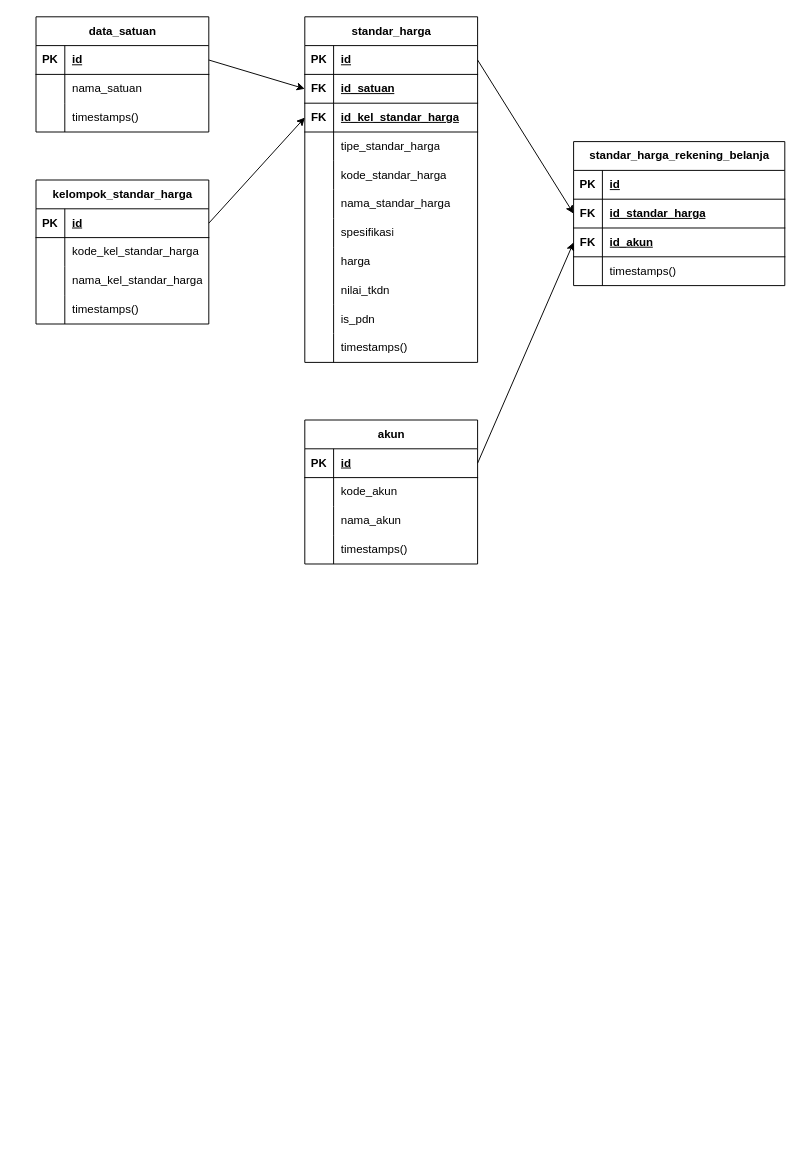
This is ERD.drawio from pars1vale/meco-spkad, a draw.io file, before an edit. Source tidied: cells renumbered, new cells numbered last; positions are measured from the earlier drawing's top-left corner, leaving out a move shared by most shapes. Both pictures are drawn from the tidied source at 96%, with x=0, y=0 at pixel (36, 16).
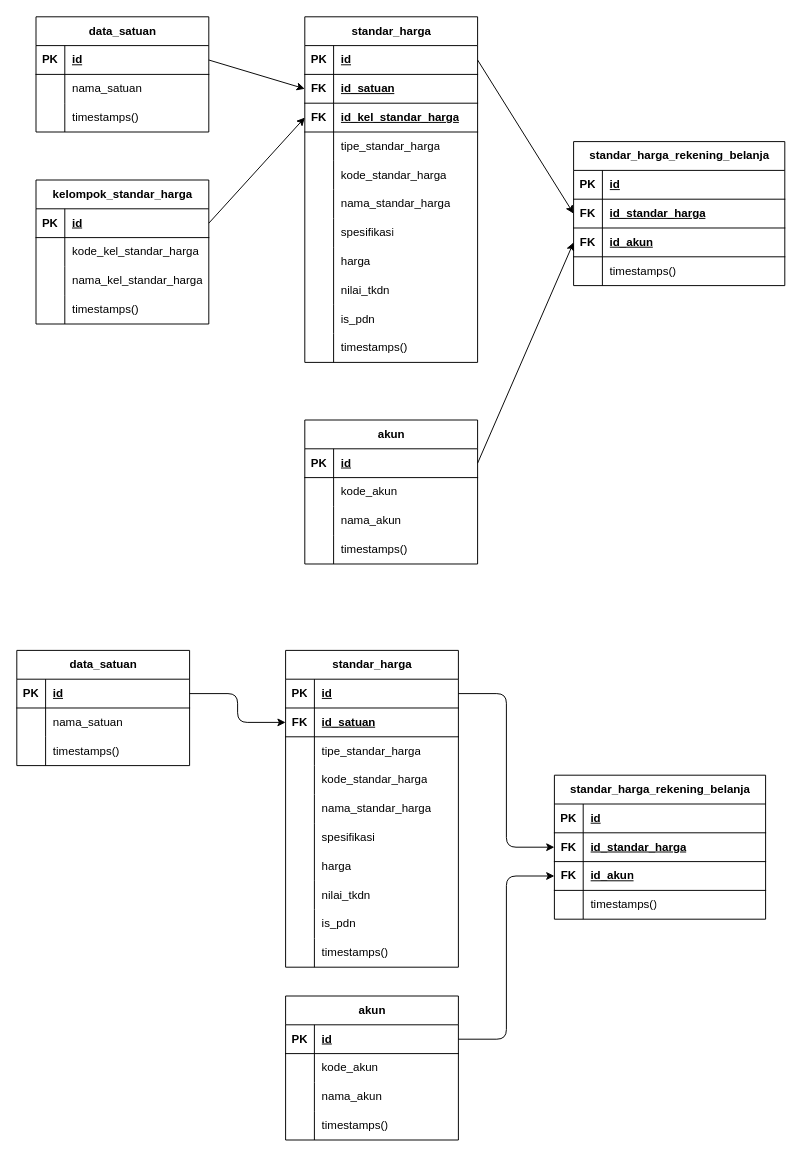
Above is the later version.

Change to the diagram source:
```diff
@@
+    <mxCell id="89" value="data_satuan" style="shape=table;startSize=30;childLayout=tableLayout;rowLines=0;fontStyle=1;align=center;html=1;" parent="1" vertex="1">
+      <mxGeometry x="-20" y="660" width="180" height="120" as="geometry" />
+    </mxCell>
+    <mxCell id="90" style="shape=tableRow;horizontal=0;startSize=0;swimlaneHead=0;swimlaneBody=0;fillColor=none;points=[[0,0.5],[1,0.5]];portConstraint=eastwest;top=0;left=0;right=0;bottom=1;" parent="89" vertex="1">
+      <mxGeometry y="30" width="180" height="30" as="geometry" />
+    </mxCell>
+    <mxCell id="91" value="PK" style="shape=partialRectangle;fillColor=none;top=0;left=0;bottom=0;right=0;fontStyle=1;overflow=hidden;whiteSpace=wrap;html=1;" parent="90" vertex="1">
+      <mxGeometry width="30" height="30" as="geometry" />
+    </mxCell>
+    <mxCell id="92" value="id" style="shape=partialRectangle;fillColor=none;top=0;left=0;bottom=0;right=0;align=left;spacingLeft=6;fontStyle=5;overflow=hidden;whiteSpace=wrap;html=1;" parent="90" vertex="1">
+      <mxGeometry x="30" width="150" height="30" as="geometry" />
+    </mxCell>
+    <mxCell id="93" style="shape=tableRow;horizontal=0;startSize=0;swimlaneHead=0;swimlaneBody=0;fillColor=none;top=0;left=0;right=0;bottom=0;" parent="89" vertex="1">
+      <mxGeometry y="60" width="180" height="30" as="geometry" />
+    </mxCell>
+    <mxCell id="94" style="shape=partialRectangle;fillColor=none;top=0;left=0;bottom=0;right=0;overflow=hidden;whiteSpace=wrap;html=1;" parent="93" vertex="1">
+      <mxGeometry width="30" height="30" as="geometry" />
+    </mxCell>
+    <mxCell id="95" value="nama_satuan" style="shape=partialRectangle;fillColor=none;top=0;left=0;bottom=0;right=0;align=left;spacingLeft=6;overflow=hidden;whiteSpace=wrap;html=1;" parent="93" vertex="1">
+      <mxGeometry x="30" width="150" height="30" as="geometry" />
+    </mxCell>
+    <mxCell id="96" style="shape=tableRow;horizontal=0;startSize=0;swimlaneHead=0;swimlaneBody=0;fillColor=none;top=0;left=0;right=0;bottom=0;" parent="89" vertex="1">
+      <mxGeometry y="90" width="180" height="30" as="geometry" />
+    </mxCell>
+    <mxCell id="97" style="shape=partialRectangle;fillColor=none;top=0;left=0;bottom=0;right=0;overflow=hidden;whiteSpace=wrap;html=1;" parent="96" vertex="1">
+      <mxGeometry width="30" height="30" as="geometry" />
+    </mxCell>
+    <mxCell id="98" value="timestamps()" style="shape=partialRectangle;fillColor=none;top=0;left=0;bottom=0;right=0;align=left;spacingLeft=6;overflow=hidden;whiteSpace=wrap;html=1;" parent="96" vertex="1">
+      <mxGeometry x="30" width="150" height="30" as="geometry" />
+    </mxCell>
+    <mxCell id="99" value="standar_harga" style="shape=table;startSize=30;childLayout=tableLayout;rowLines=0;fontStyle=1;align=center;html=1;" parent="1" vertex="1">
+      <mxGeometry x="260" y="660" width="180" height="330" as="geometry" />
+    </mxCell>
+    <mxCell id="100" style="shape=tableRow;horizontal=0;startSize=0;swimlaneHead=0;swimlaneBody=0;fillColor=none;points=[[0,0.5],[1,0.5]];portConstraint=eastwest;top=0;left=0;right=0;bottom=1;" parent="99" vertex="1">
+      <mxGeometry y="30" width="180" height="30" as="geometry" />
+    </mxCell>
+    <mxCell id="101" value="PK" style="shape=partialRectangle;fillColor=none;top=0;left=0;bottom=0;right=0;fontStyle=1;overflow=hidden;whiteSpace=wrap;html=1;" parent="100" vertex="1">
+      <mxGeometry width="30" height="30" as="geometry" />
+    </mxCell>
+    <mxCell id="102" value="id" style="shape=partialRectangle;fillColor=none;top=0;left=0;bottom=0;right=0;align=left;spacingLeft=6;fontStyle=5;overflow=hidden;whiteSpace=wrap;html=1;" parent="100" vertex="1">
+      <mxGeometry x="30" width="150" height="30" as="geometry" />
+    </mxCell>
+    <mxCell id="103" style="shape=tableRow;horizontal=0;startSize=0;swimlaneHead=0;swimlaneBody=0;fillColor=none;points=[[0,0.5],[1,0.5]];portConstraint=eastwest;top=0;left=0;right=0;bottom=1;" parent="99" vertex="1">
+      <mxGeometry y="60" width="180" height="30" as="geometry" />
+    </mxCell>
+    <mxCell id="104" value="FK" style="shape=partialRectangle;fillColor=none;top=0;left=0;bottom=0;right=0;fontStyle=1;overflow=hidden;whiteSpace=wrap;html=1;" parent="103" vertex="1">
+      <mxGeometry width="30" height="30" as="geometry" />
+    </mxCell>
+    <mxCell id="105" value="id_satuan" style="shape=partialRectangle;fillColor=none;top=0;left=0;bottom=0;right=0;align=left;spacingLeft=6;fontStyle=5;overflow=hidden;whiteSpace=wrap;html=1;" parent="103" vertex="1">
+      <mxGeometry x="30" width="150" height="30" as="geometry" />
+    </mxCell>
+    <mxCell id="106" style="shape=tableRow;horizontal=0;startSize=0;swimlaneHead=0;swimlaneBody=0;fillColor=none;top=0;left=0;right=0;bottom=0;" parent="99" vertex="1">
+      <mxGeometry y="90" width="180" height="30" as="geometry" />
+    </mxCell>
+    <mxCell id="107" style="shape=partialRectangle;fillColor=none;top=0;left=0;bottom=0;right=0;overflow=hidden;whiteSpace=wrap;html=1;" parent="106" vertex="1">
+      <mxGeometry width="30" height="30" as="geometry" />
+    </mxCell>
+    <mxCell id="108" value="tipe_standar_harga" style="shape=partialRectangle;fillColor=none;top=0;left=0;bottom=0;right=0;align=left;spacingLeft=6;overflow=hidden;whiteSpace=wrap;html=1;" parent="106" vertex="1">
+      <mxGeometry x="30" width="150" height="30" as="geometry" />
+    </mxCell>
+    <mxCell id="109" style="shape=tableRow;horizontal=0;startSize=0;swimlaneHead=0;swimlaneBody=0;fillColor=none;top=0;left=0;right=0;bottom=0;" parent="99" vertex="1">
+      <mxGeometry y="120" width="180" height="30" as="geometry" />
+    </mxCell>
+    <mxCell id="110" style="shape=partialRectangle;fillColor=none;top=0;left=0;bottom=0;right=0;overflow=hidden;whiteSpace=wrap;html=1;" parent="109" vertex="1">
+      <mxGeometry width="30" height="30" as="geometry" />
+    </mxCell>
+    <mxCell id="111" value="kode_standar_harga" style="shape=partialRectangle;fillColor=none;top=0;left=0;bottom=0;right=0;align=left;spacingLeft=6;overflow=hidden;whiteSpace=wrap;html=1;" parent="109" vertex="1">
+      <mxGeometry x="30" width="150" height="30" as="geometry" />
+    </mxCell>
+    <mxCell id="112" style="shape=tableRow;horizontal=0;startSize=0;swimlaneHead=0;swimlaneBody=0;fillColor=none;top=0;left=0;right=0;bottom=0;" parent="99" vertex="1">
+      <mxGeometry y="150" width="180" height="30" as="geometry" />
+    </mxCell>
+    <mxCell id="113" style="shape=partialRectangle;fillColor=none;top=0;left=0;bottom=0;right=0;overflow=hidden;whiteSpace=wrap;html=1;" parent="112" vertex="1">
+      <mxGeometry width="30" height="30" as="geometry" />
+    </mxCell>
+    <mxCell id="114" value="nama_standar_harga" style="shape=partialRectangle;fillColor=none;top=0;left=0;bottom=0;right=0;align=left;spacingLeft=6;overflow=hidden;whiteSpace=wrap;html=1;" parent="112" vertex="1">
+      <mxGeometry x="30" width="150" height="30" as="geometry" />
+    </mxCell>
+    <mxCell id="115" style="shape=tableRow;horizontal=0;startSize=0;swimlaneHead=0;swimlaneBody=0;fillColor=none;top=0;left=0;right=0;bottom=0;" parent="99" vertex="1">
+      <mxGeometry y="180" width="180" height="30" as="geometry" />
+    </mxCell>
+    <mxCell id="116" style="shape=partialRectangle;fillColor=none;top=0;left=0;bottom=0;right=0;overflow=hidden;whiteSpace=wrap;html=1;" parent="115" vertex="1">
+      <mxGeometry width="30" height="30" as="geometry" />
+    </mxCell>
+    <mxCell id="117" value="spesifikasi" style="shape=partialRectangle;fillColor=none;top=0;left=0;bottom=0;right=0;align=left;spacingLeft=6;overflow=hidden;whiteSpace=wrap;html=1;" parent="115" vertex="1">
+      <mxGeometry x="30" width="150" height="30" as="geometry" />
+    </mxCell>
+    <mxCell id="118" style="shape=tableRow;horizontal=0;startSize=0;swimlaneHead=0;swimlaneBody=0;fillColor=none;top=0;left=0;right=0;bottom=0;" parent="99" vertex="1">
+      <mxGeometry y="210" width="180" height="30" as="geometry" />
+    </mxCell>
+    <mxCell id="119" style="shape=partialRectangle;fillColor=none;top=0;left=0;bottom=0;right=0;overflow=hidden;whiteSpace=wrap;html=1;" parent="118" vertex="1">
+      <mxGeometry width="30" height="30" as="geometry" />
+    </mxCell>
+    <mxCell id="120" value="harga" style="shape=partialRectangle;fillColor=none;top=0;left=0;bottom=0;right=0;align=left;spacingLeft=6;overflow=hidden;whiteSpace=wrap;html=1;" parent="118" vertex="1">
+      <mxGeometry x="30" width="150" height="30" as="geometry" />
+    </mxCell>
+    <mxCell id="121" style="shape=tableRow;horizontal=0;startSize=0;swimlaneHead=0;swimlaneBody=0;fillColor=none;top=0;left=0;right=0;bottom=0;" parent="99" vertex="1">
+      <mxGeometry y="240" width="180" height="30" as="geometry" />
+    </mxCell>
+    <mxCell id="122" style="shape=partialRectangle;fillColor=none;top=0;left=0;bottom=0;right=0;overflow=hidden;whiteSpace=wrap;html=1;" parent="121" vertex="1">
+      <mxGeometry width="30" height="30" as="geometry" />
+    </mxCell>
+    <mxCell id="123" value="nilai_tkdn" style="shape=partialRectangle;fillColor=none;top=0;left=0;bottom=0;right=0;align=left;spacingLeft=6;overflow=hidden;whiteSpace=wrap;html=1;" parent="121" vertex="1">
+      <mxGeometry x="30" width="150" height="30" as="geometry" />
+    </mxCell>
+    <mxCell id="124" style="shape=tableRow;horizontal=0;startSize=0;swimlaneHead=0;swimlaneBody=0;fillColor=none;top=0;left=0;right=0;bottom=0;" parent="99" vertex="1">
+      <mxGeometry y="270" width="180" height="30" as="geometry" />
+    </mxCell>
+    <mxCell id="125" style="shape=partialRectangle;fillColor=none;top=0;left=0;bottom=0;right=0;overflow=hidden;whiteSpace=wrap;html=1;" parent="124" vertex="1">
+      <mxGeometry width="30" height="30" as="geometry" />
+    </mxCell>
+    <mxCell id="126" value="is_pdn" style="shape=partialRectangle;fillColor=none;top=0;left=0;bottom=0;right=0;align=left;spacingLeft=6;overflow=hidden;whiteSpace=wrap;html=1;" parent="124" vertex="1">
+      <mxGeometry x="30" width="150" height="30" as="geometry" />
+    </mxCell>
+    <mxCell id="127" style="shape=tableRow;horizontal=0;startSize=0;swimlaneHead=0;swimlaneBody=0;fillColor=none;top=0;left=0;right=0;bottom=0;" parent="99" vertex="1">
+      <mxGeometry y="300" width="180" height="30" as="geometry" />
+    </mxCell>
+    <mxCell id="128" style="shape=partialRectangle;fillColor=none;top=0;left=0;bottom=0;right=0;overflow=hidden;whiteSpace=wrap;html=1;" parent="127" vertex="1">
+      <mxGeometry width="30" height="30" as="geometry" />
+    </mxCell>
+    <mxCell id="129" value="timestamps()" style="shape=partialRectangle;fillColor=none;top=0;left=0;bottom=0;right=0;align=left;spacingLeft=6;overflow=hidden;whiteSpace=wrap;html=1;" parent="127" vertex="1">
+      <mxGeometry x="30" width="150" height="30" as="geometry" />
+    </mxCell>
+    <mxCell id="130" value="standar_harga_rekening_belanja" style="shape=table;startSize=30;childLayout=tableLayout;rowLines=0;fontStyle=1;align=center;html=1;" parent="1" vertex="1">
+      <mxGeometry x="540" y="790" width="220" height="150" as="geometry" />
+    </mxCell>
+    <mxCell id="131" style="shape=tableRow;horizontal=0;startSize=0;swimlaneHead=0;swimlaneBody=0;fillColor=none;top=0;left=0;right=0;bottom=1;" parent="130" vertex="1">
+      <mxGeometry y="30" width="220" height="30" as="geometry" />
+    </mxCell>
+    <mxCell id="132" value="PK" style="shape=partialRectangle;fillColor=none;top=0;left=0;bottom=0;right=0;fontStyle=1;overflow=hidden;whiteSpace=wrap;html=1;" parent="131" vertex="1">
+      <mxGeometry width="30" height="30" as="geometry" />
+    </mxCell>
+    <mxCell id="133" value="id" style="shape=partialRectangle;fillColor=none;top=0;left=0;bottom=0;right=0;align=left;spacingLeft=6;fontStyle=5;overflow=hidden;whiteSpace=wrap;html=1;" parent="131" vertex="1">
+      <mxGeometry x="30" width="190" height="30" as="geometry" />
+    </mxCell>
+    <mxCell id="134" style="shape=tableRow;horizontal=0;startSize=0;swimlaneHead=0;swimlaneBody=0;fillColor=none;points=[[0,0.5],[1,0.5]];portConstraint=eastwest;top=0;left=0;right=0;bottom=1;" parent="130" vertex="1">
+      <mxGeometry y="60" width="220" height="30" as="geometry" />
+    </mxCell>
+    <mxCell id="135" value="FK" style="shape=partialRectangle;fillColor=none;top=0;left=0;bottom=0;right=0;fontStyle=1;overflow=hidden;whiteSpace=wrap;html=1;" parent="134" vertex="1">
+      <mxGeometry width="30" height="30" as="geometry" />
+    </mxCell>
+    <mxCell id="136" value="id_standar_harga" style="shape=partialRectangle;fillColor=none;top=0;left=0;bottom=0;right=0;align=left;spacingLeft=6;fontStyle=5;overflow=hidden;whiteSpace=wrap;html=1;" parent="134" vertex="1">
+      <mxGeometry x="30" width="190" height="30" as="geometry" />
+    </mxCell>
+    <mxCell id="137" style="shape=tableRow;horizontal=0;startSize=0;swimlaneHead=0;swimlaneBody=0;fillColor=none;points=[[0,0.5],[1,0.5]];portConstraint=eastwest;top=0;left=0;right=0;bottom=1;" parent="130" vertex="1">
+      <mxGeometry y="90" width="220" height="30" as="geometry" />
+    </mxCell>
+    <mxCell id="138" value="FK" style="shape=partialRectangle;fillColor=none;top=0;left=0;bottom=0;right=0;fontStyle=1;overflow=hidden;whiteSpace=wrap;html=1;" parent="137" vertex="1">
+      <mxGeometry width="30" height="30" as="geometry" />
+    </mxCell>
+    <mxCell id="139" value="id_akun" style="shape=partialRectangle;fillColor=none;top=0;left=0;bottom=0;right=0;align=left;spacingLeft=6;fontStyle=5;overflow=hidden;whiteSpace=wrap;html=1;" parent="137" vertex="1">
+      <mxGeometry x="30" width="190" height="30" as="geometry" />
+    </mxCell>
+    <mxCell id="140" style="shape=tableRow;horizontal=0;startSize=0;swimlaneHead=0;swimlaneBody=0;fillColor=none;top=0;left=0;right=0;bottom=0;" parent="130" vertex="1">
+      <mxGeometry y="120" width="220" height="30" as="geometry" />
+    </mxCell>
+    <mxCell id="141" style="shape=partialRectangle;fillColor=none;top=0;left=0;bottom=0;right=0;overflow=hidden;whiteSpace=wrap;html=1;" parent="140" vertex="1">
+      <mxGeometry width="30" height="30" as="geometry" />
+    </mxCell>
+    <mxCell id="142" value="timestamps()" style="shape=partialRectangle;fillColor=none;top=0;left=0;bottom=0;right=0;align=left;spacingLeft=6;overflow=hidden;whiteSpace=wrap;html=1;" parent="140" vertex="1">
+      <mxGeometry x="30" width="190" height="30" as="geometry" />
+    </mxCell>
+    <mxCell id="143" style="edgeStyle=orthogonalEdgeStyle;html=1;entryX=0;entryY=0.5;entryDx=0;entryDy=0;exitX=1;exitY=0.5;exitDx=0;exitDy=0;" parent="1" edge="1" source="90" target="103">
+      <mxGeometry relative="1" as="geometry" />
+    </mxCell>
+    <mxCell id="144" style="edgeStyle=orthogonalEdgeStyle;html=1;entryX=0;entryY=0.5;entryDx=0;entryDy=0;" parent="1" edge="1" source="100" target="134">
+      <mxGeometry relative="1" as="geometry" />
+    </mxCell>
+    <mxCell id="145" value="akun" style="shape=table;startSize=30;childLayout=tableLayout;rowLines=0;fontStyle=1;align=center;html=1;" parent="1" vertex="1">
+      <mxGeometry x="260" y="1020" width="180" height="150" as="geometry" />
+    </mxCell>
+    <mxCell id="146" style="shape=tableRow;horizontal=0;startSize=0;swimlaneHead=0;swimlaneBody=0;fillColor=none;points=[[0,0.5],[1,0.5]];portConstraint=eastwest;top=0;left=0;right=0;bottom=1;" parent="145" vertex="1">
+      <mxGeometry y="30" width="180" height="30" as="geometry" />
+    </mxCell>
+    <mxCell id="147" value="PK" style="shape=partialRectangle;fillColor=none;top=0;left=0;bottom=0;right=0;fontStyle=1;overflow=hidden;whiteSpace=wrap;html=1;" parent="146" vertex="1">
+      <mxGeometry width="30" height="30" as="geometry" />
+    </mxCell>
+    <mxCell id="148" value="id" style="shape=partialRectangle;fillColor=none;top=0;left=0;bottom=0;right=0;align=left;spacingLeft=6;fontStyle=5;overflow=hidden;whiteSpace=wrap;html=1;" parent="146" vertex="1">
+      <mxGeometry x="30" width="150" height="30" as="geometry" />
+    </mxCell>
+    <mxCell id="149" style="shape=tableRow;horizontal=0;startSize=0;swimlaneHead=0;swimlaneBody=0;fillColor=none;top=0;left=0;right=0;bottom=0;" parent="145" vertex="1">
+      <mxGeometry y="60" width="180" height="30" as="geometry" />
+    </mxCell>
+    <mxCell id="150" style="shape=partialRectangle;fillColor=none;top=0;left=0;bottom=0;right=0;overflow=hidden;whiteSpace=wrap;html=1;" parent="149" vertex="1">
+      <mxGeometry width="30" height="30" as="geometry" />
+    </mxCell>
+    <mxCell id="151" value="kode_akun" style="shape=partialRectangle;fillColor=none;top=0;left=0;bottom=0;right=0;align=left;spacingLeft=6;overflow=hidden;whiteSpace=wrap;html=1;" parent="149" vertex="1">
+      <mxGeometry x="30" width="150" height="30" as="geometry" />
+    </mxCell>
+    <mxCell id="152" style="shape=tableRow;horizontal=0;startSize=0;swimlaneHead=0;swimlaneBody=0;fillColor=none;top=0;left=0;right=0;bottom=0;" parent="145" vertex="1">
+      <mxGeometry y="90" width="180" height="30" as="geometry" />
+    </mxCell>
+    <mxCell id="153" style="shape=partialRectangle;fillColor=none;top=0;left=0;bottom=0;right=0;overflow=hidden;whiteSpace=wrap;html=1;" parent="152" vertex="1">
+      <mxGeometry width="30" height="30" as="geometry" />
+    </mxCell>
+    <mxCell id="154" value="nama_akun" style="shape=partialRectangle;fillColor=none;top=0;left=0;bottom=0;right=0;align=left;spacingLeft=6;overflow=hidden;whiteSpace=wrap;html=1;" parent="152" vertex="1">
+      <mxGeometry x="30" width="150" height="30" as="geometry" />
+    </mxCell>
+    <mxCell id="155" style="shape=tableRow;horizontal=0;startSize=0;swimlaneHead=0;swimlaneBody=0;fillColor=none;top=0;left=0;right=0;bottom=0;" parent="145" vertex="1">
+      <mxGeometry y="120" width="180" height="30" as="geometry" />
+    </mxCell>
+    <mxCell id="156" style="shape=partialRectangle;fillColor=none;top=0;left=0;bottom=0;right=0;overflow=hidden;whiteSpace=wrap;html=1;" parent="155" vertex="1">
+      <mxGeometry width="30" height="30" as="geometry" />
+    </mxCell>
+    <mxCell id="157" value="timestamps()" style="shape=partialRectangle;fillColor=none;top=0;left=0;bottom=0;right=0;align=left;spacingLeft=6;overflow=hidden;whiteSpace=wrap;html=1;" parent="155" vertex="1">
+      <mxGeometry x="30" width="150" height="30" as="geometry" />
+    </mxCell>
+    <mxCell id="158" style="edgeStyle=orthogonalEdgeStyle;html=1;entryX=0;entryY=0.5;entryDx=0;entryDy=0;exitX=1;exitY=0.5;exitDx=0;exitDy=0;" parent="1" edge="1" source="146" target="137">
+      <mxGeometry relative="1" as="geometry" />
+    </mxCell>
```
